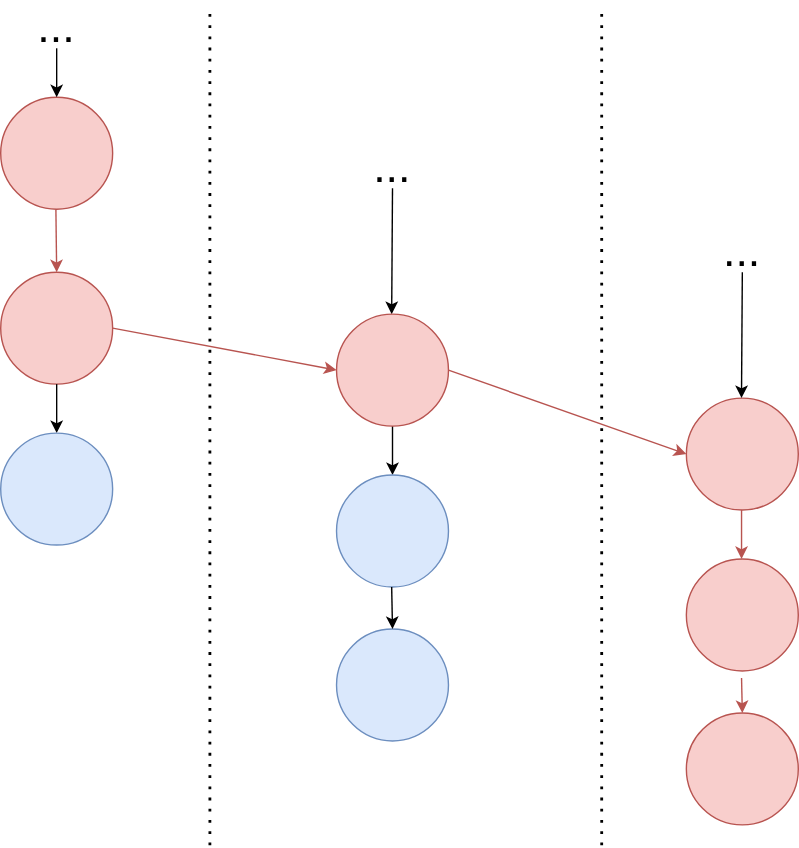
Before: segments/final_segments.svg, a diagram exported from draw.io (jmsargent/dvfs_thesis). Source tidied: cells renumbered, new cells last; positions are measured from the earlier drawing's top-left corner, leaving out a move shared by most shapes. Source of this version:
```xml
<mxGraphModel>
  <root>
    <mxCell id="0" />
    <mxCell id="1" parent="0" />
    <mxCell id="2" style="endArrow=classic;html=1;rounded=0;entryX=0.5;entryY=0;entryDx=0;entryDy=0;exitX=0.5;exitY=1;exitDx=0;exitDy=0;" parent="1" edge="1" source="11">
      <mxGeometry relative="1" as="geometry">
        <mxPoint x="279.4" y="220" as="targetPoint" />
      </mxGeometry>
    </mxCell>
    <mxCell id="3" style="ellipse;whiteSpace=wrap;html=1;fillColor=#f8cecc;strokeColor=#b85450;" parent="1" vertex="1">
      <mxGeometry y="65" width="80" height="80" as="geometry" />
    </mxCell>
    <mxCell id="4" style="endArrow=none;dashed=1;html=1;dashPattern=1 3;strokeWidth=2;rounded=0;" parent="1" edge="1">
      <mxGeometry relative="1" as="geometry">
        <mxPoint x="430" y="600" as="sourcePoint" />
        <mxPoint x="430" as="targetPoint" />
      </mxGeometry>
    </mxCell>
    <mxCell id="5" style="endArrow=none;dashed=1;html=1;dashPattern=1 3;strokeWidth=2;rounded=0;" parent="1" edge="1">
      <mxGeometry relative="1" as="geometry">
        <mxPoint x="150" y="600" as="sourcePoint" />
        <mxPoint x="150" as="targetPoint" />
      </mxGeometry>
    </mxCell>
    <mxCell id="6" value="..." style="text;html=1;whiteSpace=wrap;strokeColor=none;fillColor=none;align=center;verticalAlign=middle;rounded=0;fontSize=32;" parent="1" vertex="1">
      <mxGeometry x="10" width="60" height="30" as="geometry" />
    </mxCell>
    <mxCell id="7" style="endArrow=classic;html=1;rounded=0;entryX=0.5;entryY=0;entryDx=0;entryDy=0;fontSize=32;" parent="1" edge="1" source="6" target="3">
      <mxGeometry relative="1" as="geometry" />
    </mxCell>
    <mxCell id="8" style="endArrow=classic;html=1;rounded=0;exitX=0.5;exitY=1;exitDx=0;exitDy=0;entryX=0.5;entryY=0;entryDx=0;entryDy=0;fontSize=32;fillColor=#f8cecc;strokeColor=#b85450;" parent="1" edge="1" target="17">
      <mxGeometry relative="1" as="geometry">
        <mxPoint x="39.4" y="145" as="sourcePoint" />
      </mxGeometry>
    </mxCell>
    <mxCell id="9" style="endArrow=classic;html=1;rounded=0;exitX=0.5;exitY=1;exitDx=0;exitDy=0;entryX=0.5;entryY=0;entryDx=0;entryDy=0;" parent="1" edge="1" target="13">
      <mxGeometry relative="1" as="geometry">
        <mxPoint x="280" y="300" as="sourcePoint" />
      </mxGeometry>
    </mxCell>
    <mxCell id="10" value="..." style="text;html=1;whiteSpace=wrap;strokeColor=none;fillColor=none;align=center;verticalAlign=middle;rounded=0;fontSize=32;" parent="1" vertex="1">
      <mxGeometry x="500" y="160" width="60" height="30" as="geometry" />
    </mxCell>
    <mxCell id="11" value="..." style="text;html=1;whiteSpace=wrap;strokeColor=none;fillColor=none;align=center;verticalAlign=middle;rounded=0;fontSize=32;" parent="1" vertex="1">
      <mxGeometry x="250" y="100" width="60" height="30" as="geometry" />
    </mxCell>
    <mxCell id="12" style="edgeStyle=orthogonalEdgeStyle;rounded=0;orthogonalLoop=1;jettySize=auto;html=1;exitX=0.5;exitY=1;exitDx=0;exitDy=0;" parent="1" edge="1">
      <mxGeometry relative="1" as="geometry">
        <mxPoint x="289.4" y="225" as="sourcePoint" />
        <mxPoint x="289.4" y="225" as="targetPoint" />
      </mxGeometry>
    </mxCell>
    <mxCell id="13" style="ellipse;whiteSpace=wrap;html=1;fillColor=#dae8fc;strokeColor=#6c8ebf;" parent="1" vertex="1">
      <mxGeometry x="240" y="335" width="80" height="80" as="geometry" />
    </mxCell>
    <mxCell id="14" style="ellipse;whiteSpace=wrap;html=1;fillColor=#dae8fc;strokeColor=#6c8ebf;" parent="1" vertex="1">
      <mxGeometry x="240" y="445" width="80" height="80" as="geometry" />
    </mxCell>
    <mxCell id="15" style="endArrow=classic;html=1;rounded=0;exitX=0.5;exitY=1;exitDx=0;exitDy=0;entryX=0.5;entryY=0;entryDx=0;entryDy=0;" parent="1" edge="1" target="14">
      <mxGeometry relative="1" as="geometry">
        <mxPoint x="279.4" y="415" as="sourcePoint" />
      </mxGeometry>
    </mxCell>
    <mxCell id="16" style="ellipse;whiteSpace=wrap;html=1;fillColor=#f8cecc;strokeColor=#b85450;" parent="1" vertex="1">
      <mxGeometry x="240" y="220" width="80" height="80" as="geometry" />
    </mxCell>
    <mxCell id="17" style="ellipse;whiteSpace=wrap;html=1;fillColor=#f8cecc;strokeColor=#b85450;" parent="1" vertex="1">
      <mxGeometry y="190" width="80" height="80" as="geometry" />
    </mxCell>
    <mxCell id="18" style="endArrow=classic;html=1;rounded=0;exitX=1;exitY=0.5;exitDx=0;exitDy=0;entryX=0;entryY=0.5;entryDx=0;entryDy=0;fontSize=32;fillColor=#f8cecc;strokeColor=#b85450;" parent="1" edge="1" source="17" target="16">
      <mxGeometry relative="1" as="geometry" />
    </mxCell>
    <mxCell id="19" style="ellipse;whiteSpace=wrap;html=1;fillColor=#f8cecc;strokeColor=#b85450;" parent="1" vertex="1">
      <mxGeometry x="490" y="280" width="80" height="80" as="geometry" />
    </mxCell>
    <mxCell id="20" style="endArrow=classic;html=1;rounded=0;exitX=1;exitY=0.5;exitDx=0;exitDy=0;entryX=0;entryY=0.5;entryDx=0;entryDy=0;fontSize=32;fillColor=#f8cecc;strokeColor=#b85450;" parent="1" edge="1" source="16" target="19">
      <mxGeometry relative="1" as="geometry" />
    </mxCell>
    <mxCell id="21" style="endArrow=classic;html=1;rounded=0;entryX=0.5;entryY=0;entryDx=0;entryDy=0;exitX=0.5;exitY=1;exitDx=0;exitDy=0;" parent="1" edge="1" source="10">
      <mxGeometry relative="1" as="geometry">
        <mxPoint x="529.4" y="280" as="targetPoint" />
      </mxGeometry>
    </mxCell>
    <mxCell id="22" style="ellipse;whiteSpace=wrap;html=1;fillColor=#f8cecc;strokeColor=#b85450;" parent="1" vertex="1">
      <mxGeometry x="490" y="395" width="80" height="80" as="geometry" />
    </mxCell>
    <mxCell id="23" style="endArrow=classic;html=1;rounded=0;exitX=0.5;exitY=1;exitDx=0;exitDy=0;entryX=0.5;entryY=0;entryDx=0;entryDy=0;fillColor=#f8cecc;strokeColor=#b85450;" parent="1" edge="1">
      <mxGeometry relative="1" as="geometry">
        <mxPoint x="529.4" y="360" as="sourcePoint" />
        <mxPoint x="529.4" y="395" as="targetPoint" />
      </mxGeometry>
    </mxCell>
    <mxCell id="24" style="endArrow=classic;html=1;rounded=0;exitX=0.5;exitY=1;exitDx=0;exitDy=0;entryX=0.5;entryY=0;entryDx=0;entryDy=0;" parent="1" edge="1" target="25">
      <mxGeometry relative="1" as="geometry">
        <mxPoint x="40" y="270" as="sourcePoint" />
      </mxGeometry>
    </mxCell>
    <mxCell id="25" style="ellipse;whiteSpace=wrap;html=1;fillColor=#dae8fc;strokeColor=#6c8ebf;" parent="1" vertex="1">
      <mxGeometry y="305" width="80" height="80" as="geometry" />
    </mxCell>
    <mxCell id="26" style="ellipse;whiteSpace=wrap;html=1;fillColor=#f8cecc;strokeColor=#b85450;" parent="1" vertex="1">
      <mxGeometry x="490" y="505" width="80" height="80" as="geometry" />
    </mxCell>
    <mxCell id="27" style="endArrow=classic;html=1;rounded=0;exitX=0.5;exitY=1;exitDx=0;exitDy=0;entryX=0.5;entryY=0;entryDx=0;entryDy=0;fillColor=#f8cecc;strokeColor=#b85450;" parent="1" edge="1" target="26">
      <mxGeometry relative="1" as="geometry">
        <mxPoint x="529.4" y="480" as="sourcePoint" />
      </mxGeometry>
    </mxCell>
  </root>
</mxGraphModel>
```
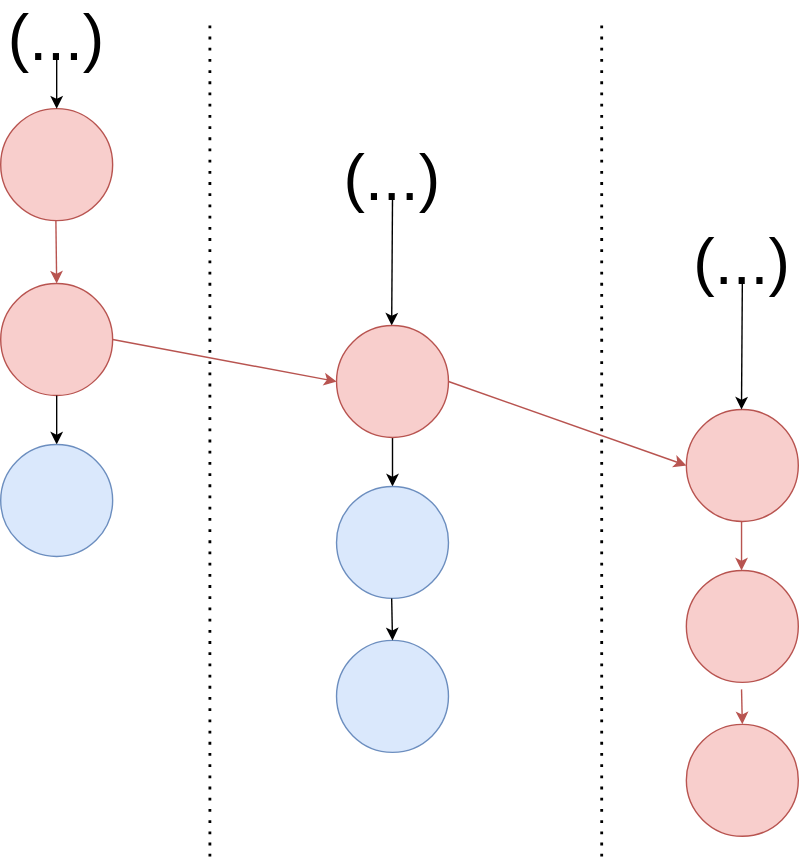
Above is the later version.

Commit message:
update segments overleaf stuff

Diff of the diagram source:
```diff
@@ -22,7 +22,7 @@
         <mxPoint x="150" as="targetPoint" />
       </mxGeometry>
     </mxCell>
-    <mxCell id="6" value="..." style="text;html=1;whiteSpace=wrap;strokeColor=none;fillColor=none;align=center;verticalAlign=middle;rounded=0;fontSize=32;" parent="1" vertex="1">
+    <mxCell id="6" value="(...)" style="text;html=1;whiteSpace=wrap;strokeColor=none;fillColor=none;align=center;verticalAlign=middle;rounded=0;fontSize=46;" parent="1" vertex="1">
       <mxGeometry x="10" width="60" height="30" as="geometry" />
     </mxCell>
     <mxCell id="7" style="endArrow=classic;html=1;rounded=0;entryX=0.5;entryY=0;entryDx=0;entryDy=0;fontSize=32;" parent="1" edge="1" source="6" target="3">
@@ -38,10 +38,10 @@
         <mxPoint x="280" y="300" as="sourcePoint" />
       </mxGeometry>
     </mxCell>
-    <mxCell id="10" value="..." style="text;html=1;whiteSpace=wrap;strokeColor=none;fillColor=none;align=center;verticalAlign=middle;rounded=0;fontSize=32;" parent="1" vertex="1">
+    <mxCell id="10" value="(...)" style="text;html=1;whiteSpace=wrap;strokeColor=none;fillColor=none;align=center;verticalAlign=middle;rounded=0;fontSize=46;" parent="1" vertex="1">
       <mxGeometry x="500" y="160" width="60" height="30" as="geometry" />
     </mxCell>
-    <mxCell id="11" value="..." style="text;html=1;whiteSpace=wrap;strokeColor=none;fillColor=none;align=center;verticalAlign=middle;rounded=0;fontSize=32;" parent="1" vertex="1">
+    <mxCell id="11" value="(...)" style="text;html=1;whiteSpace=wrap;strokeColor=none;fillColor=none;align=center;verticalAlign=middle;rounded=0;fontSize=46;" parent="1" vertex="1">
       <mxGeometry x="250" y="100" width="60" height="30" as="geometry" />
     </mxCell>
     <mxCell id="12" style="edgeStyle=orthogonalEdgeStyle;rounded=0;orthogonalLoop=1;jettySize=auto;html=1;exitX=0.5;exitY=1;exitDx=0;exitDy=0;" parent="1" edge="1">
```
